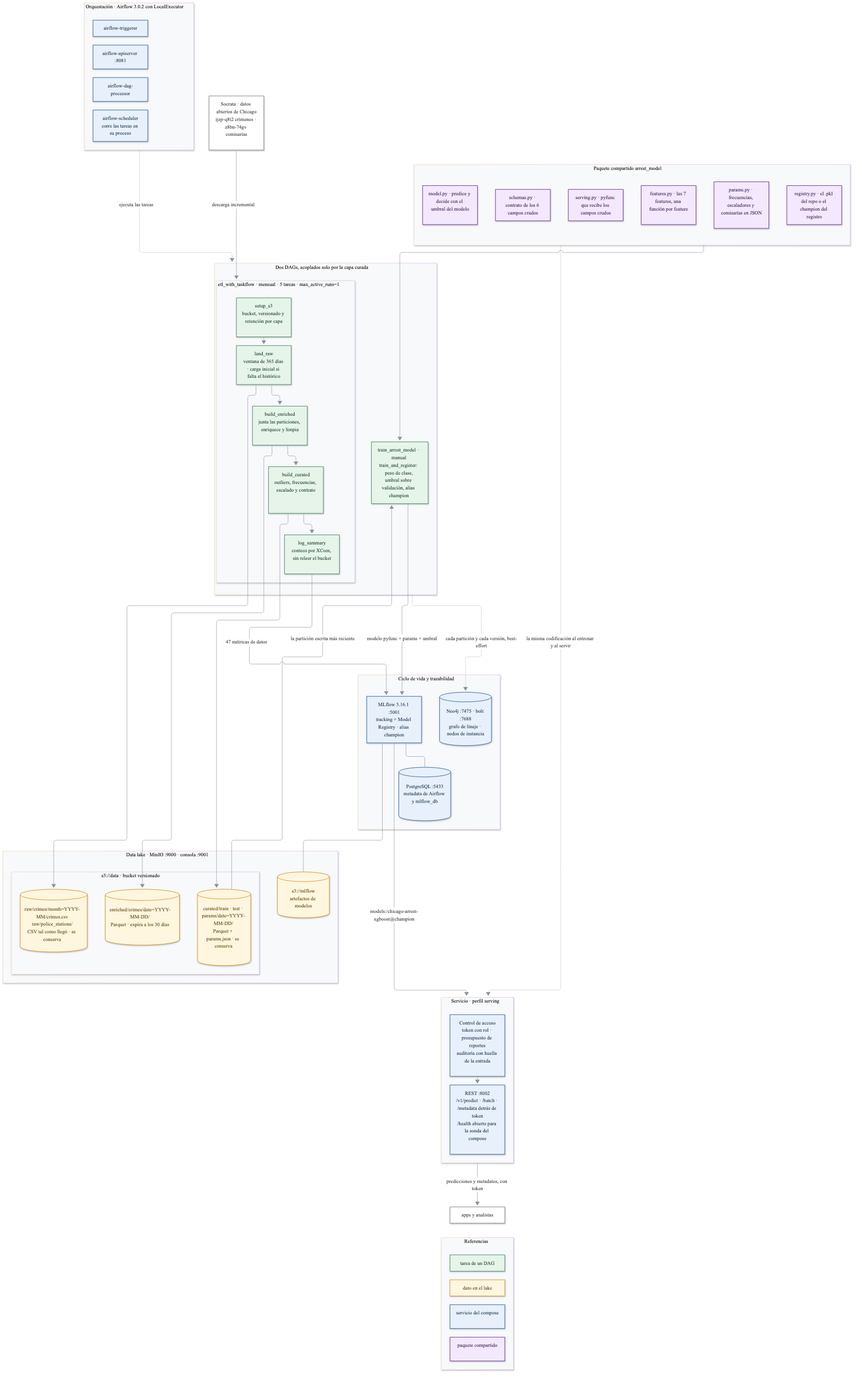
Earlier version of the Mermaid export docs/arquitectura.png (BelCattaneo/mlops2). Its source is kept beside it as docs/arquitectura.mmd.
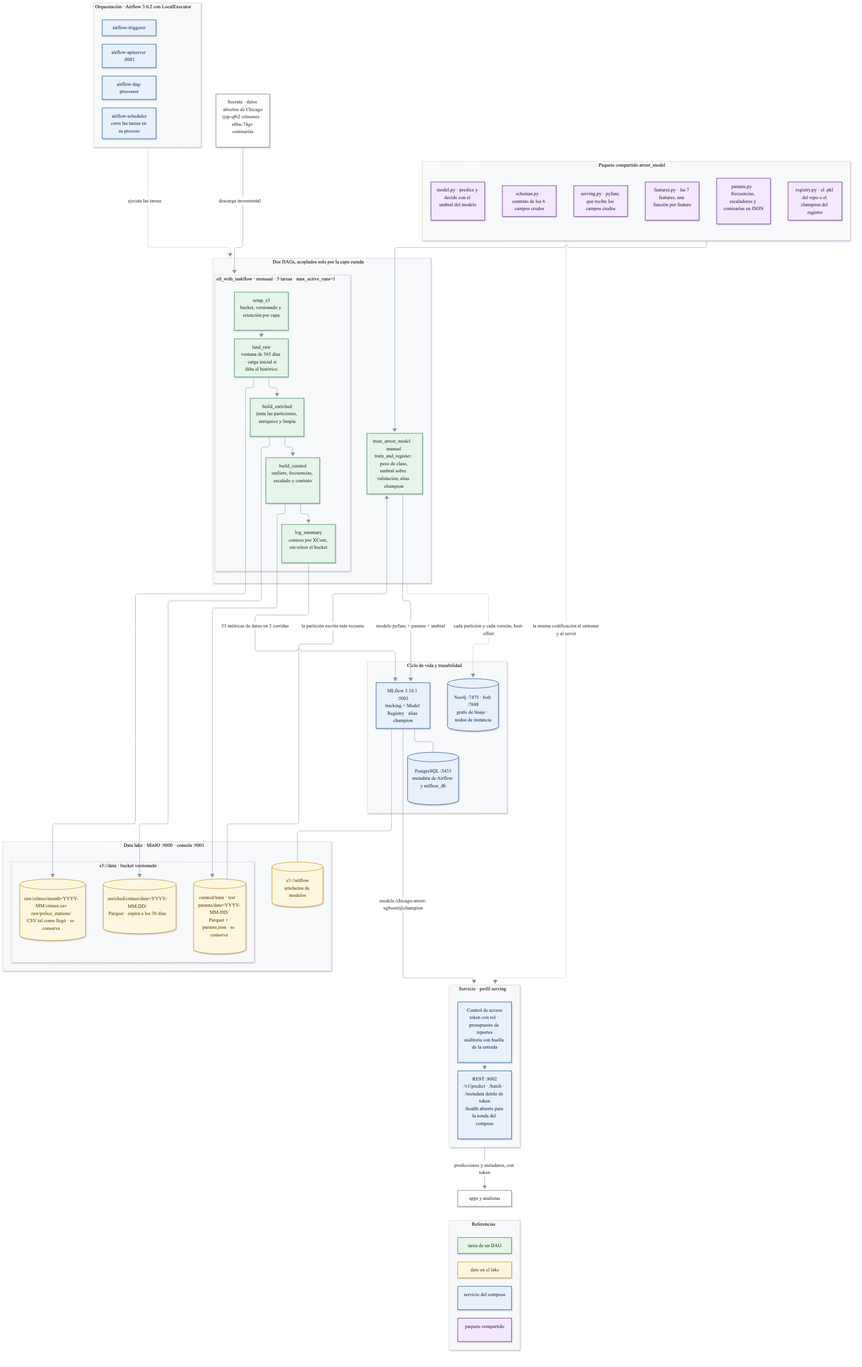
Later version of the same file.

The edit, as a diff of the source:
```diff
@@ -74,7 +74,7 @@
   TRA -->|"modelo pyfunc + params + umbral"| MLF
   MLF --- PG
   MLF --- ART
-  E5 -.->|"47 métricas de datos"| MLF
+  E5 -.->|"33 métricas de datos en 3 corridas"| MLF
   dags -.->|"cada partición y cada versión, best-effort"| NEO
   MLF -->|"models:/chicago-arrest-xgboost@champion"| serv
   pkg -.->|"la misma codificación al entrenar y al servir"| serv
```
